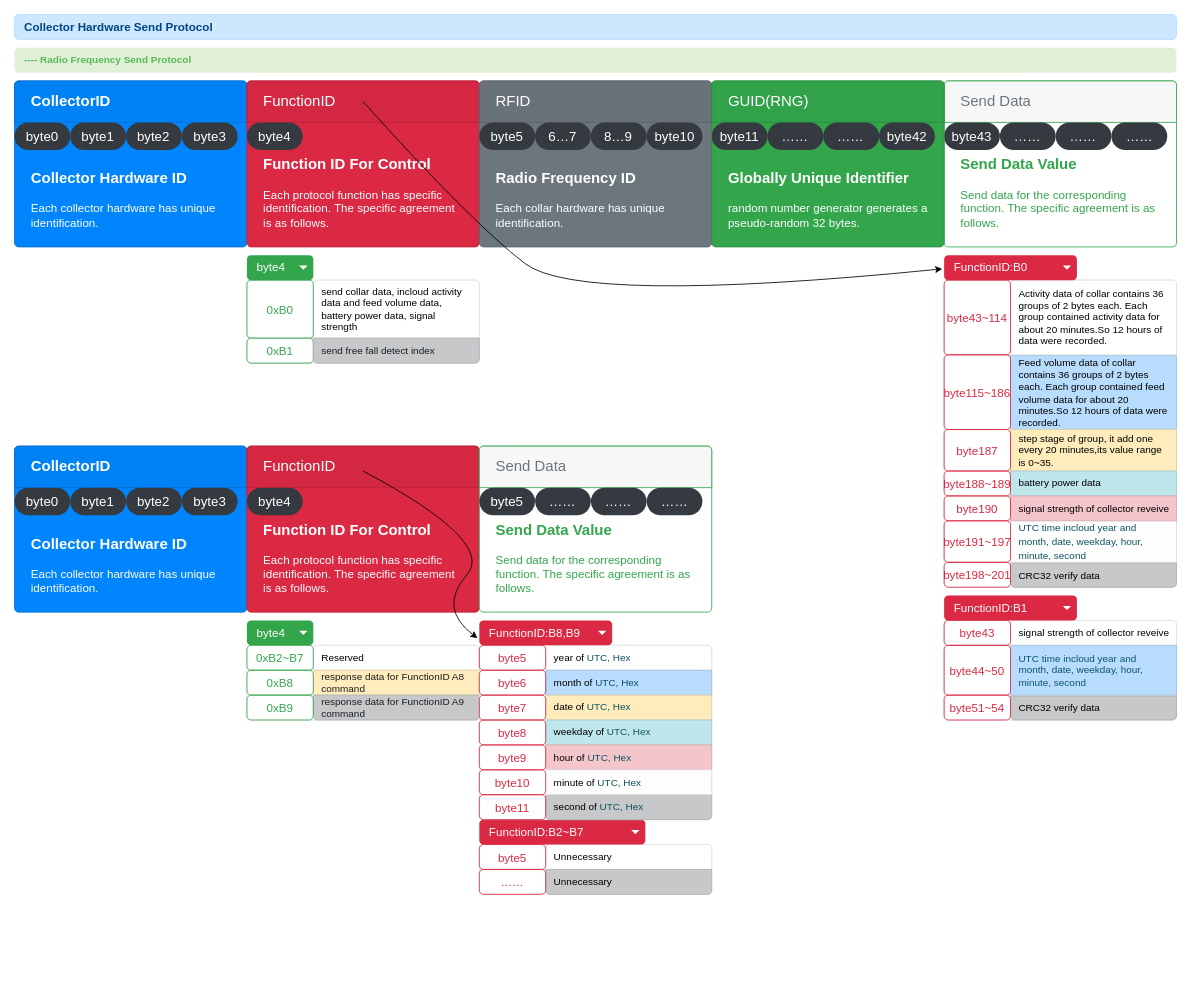
This is page "Collector Hardware Send Protocol" (2 of 5) of Doc/Hardware Protocol.drawio from phoenix9668/Collector, a draw.io file, before an edit. Source tidied: cells renumbered, new cells numbered last; positions are measured from the earlier drawing's top-left corner, leaving out a move shared by most shapes. Both pictures are drawn from the tidied source at 83%, with x=0, y=0 at pixel (14, 14).
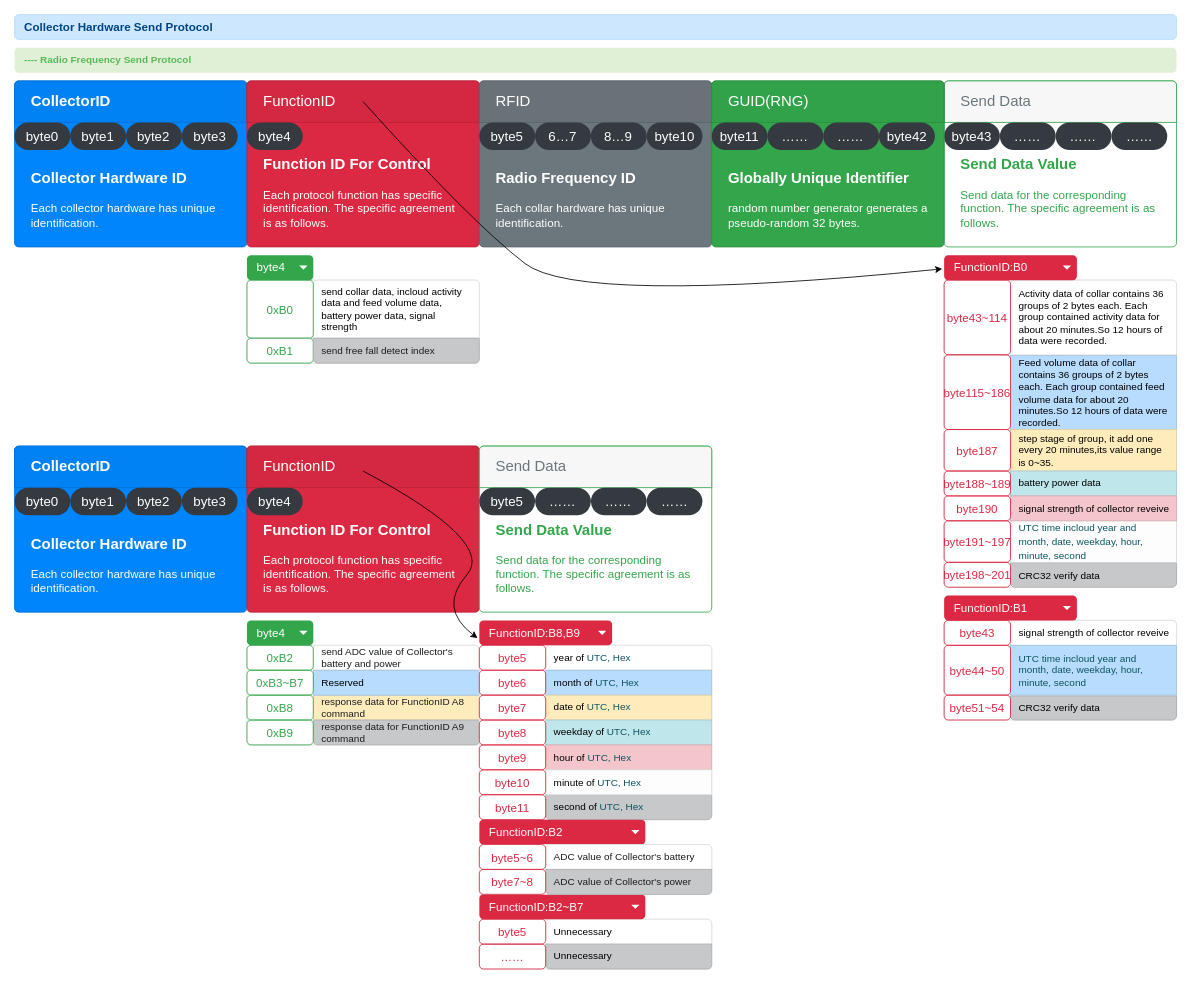
The same diagram, later.

Diff of the diagram source:
```diff
@@
     <mxCell id="2" style="html=1;shadow=0;dashed=0;shape=mxgraph.bootstrap.rrect;rSize=5;strokeColor=#DFDFDF;html=1;whiteSpace=wrap;fillColor=#FFFFFF;fontColor=#000000;" parent="1" vertex="1">
-      <mxGeometry x="280" y="760" width="280" height="90" as="geometry" />
+      <mxGeometry x="280" y="760" width="280" height="120" as="geometry" />
     </mxCell>
-    <mxCell id="3" value="Reserved" style="strokeColor=inherit;fillColor=inherit;gradientColor=inherit;fontColor=inherit;html=1;shadow=0;dashed=0;shape=mxgraph.bootstrap.topButton;rSize=5;perimeter=none;whiteSpace=wrap;align=left;spacing=10;" parent="2" vertex="1">
+    <mxCell id="3" value="&lt;span style=&quot;color: rgb(27 , 30 , 33)&quot;&gt;send ADC value of Collector's battery and power&lt;/span&gt;" style="strokeColor=inherit;fillColor=inherit;gradientColor=inherit;fontColor=inherit;html=1;shadow=0;dashed=0;shape=mxgraph.bootstrap.topButton;rSize=5;perimeter=none;whiteSpace=wrap;align=left;spacing=10;" parent="2" vertex="1">
       <mxGeometry width="200" height="30" relative="1" as="geometry">
         <mxPoint x="80" as="offset" />
       </mxGeometry>
     </mxCell>
     <mxCell id="4" value="&lt;span style=&quot;color: rgb(27 , 30 , 33)&quot;&gt;response data for FunctionID A8 command&amp;nbsp;&lt;/span&gt;" style="html=1;fillColor=#FFECBC;strokeColor=#DFCEA4;fontColor=#856110;shadow=0;dashed=0;perimeter=none;whiteSpace=wrap;align=left;spacing=10;" parent="2" vertex="1">
       <mxGeometry width="200" height="30" relative="1" as="geometry">
-        <mxPoint x="80" y="30" as="offset" />
+        <mxPoint x="80" y="60" as="offset" />
       </mxGeometry>
     </mxCell>
@@
-    <mxCell id="6" value="&lt;span style=&quot;font-size: 14px&quot;&gt;0xB2~B7&lt;/span&gt;" style="html=1;shadow=0;dashed=0;shape=mxgraph.bootstrap.rrect;rSize=5;strokeColor=#33A64C;strokeWidth=1;fillColor=none;fontColor=#33A64C;whiteSpace=wrap;align=center;verticalAlign=middle;spacingLeft=0;fontStyle=0;fontSize=16;spacing=5;" parent="2" vertex="1">
+    <mxCell id="6" value="&lt;span style=&quot;font-size: 14px&quot;&gt;0xB2&lt;/span&gt;" style="html=1;shadow=0;dashed=0;shape=mxgraph.bootstrap.rrect;rSize=5;strokeColor=#33A64C;strokeWidth=1;fillColor=none;fontColor=#33A64C;whiteSpace=wrap;align=center;verticalAlign=middle;spacingLeft=0;fontStyle=0;fontSize=16;spacing=5;" parent="2" vertex="1">
       <mxGeometry width="80" height="30" as="geometry" />
     </mxCell>
     <mxCell id="7" value="&lt;span style=&quot;font-size: 14px&quot;&gt;0xB8&lt;/span&gt;" style="html=1;shadow=0;dashed=0;shape=mxgraph.bootstrap.rrect;rSize=5;strokeColor=#33A64C;strokeWidth=1;fillColor=none;fontColor=#33A64C;whiteSpace=wrap;align=center;verticalAlign=middle;spacingLeft=0;fontStyle=0;fontSize=16;spacing=5;" parent="2" vertex="1">
-      <mxGeometry y="30" width="80" height="30" as="geometry" />
+      <mxGeometry y="60" width="80" height="30" as="geometry" />
     </mxCell>
     <mxCell id="8" value="&lt;span style=&quot;font-size: 14px&quot;&gt;0xB9&lt;/span&gt;" style="html=1;shadow=0;dashed=0;shape=mxgraph.bootstrap.rrect;rSize=5;strokeColor=#33A64C;strokeWidth=1;fillColor=none;fontColor=#33A64C;whiteSpace=wrap;align=center;verticalAlign=middle;spacingLeft=0;fontStyle=0;fontSize=16;spacing=5;" parent="2" vertex="1">
-      <mxGeometry y="60" width="80" height="30" as="geometry" />
+      <mxGeometry y="90" width="80" height="30" as="geometry" />
     </mxCell>
+    <mxCell id="115" value="&lt;span style=&quot;color: rgb(0 , 0 , 0)&quot;&gt;Reserved&lt;/span&gt;" style="html=1;fillColor=#B8DCFE;strokeColor=#A1C0DE;fontColor=#004583;shadow=0;dashed=0;perimeter=none;whiteSpace=wrap;align=left;spacing=10;" parent="2" vertex="1">
+      <mxGeometry x="80" y="30" width="200" height="30" as="geometry" />
+    </mxCell>
+    <mxCell id="116" value="&lt;span style=&quot;font-size: 14px&quot;&gt;0xB3~B7&lt;/span&gt;" style="html=1;shadow=0;dashed=0;shape=mxgraph.bootstrap.rrect;rSize=5;strokeColor=#33A64C;strokeWidth=1;fillColor=none;fontColor=#33A64C;whiteSpace=wrap;align=center;verticalAlign=middle;spacingLeft=0;fontStyle=0;fontSize=16;spacing=5;" parent="2" vertex="1">
+      <mxGeometry y="30" width="80" height="30" as="geometry" />
+    </mxCell>
@@
     <mxCell id="56" style="html=1;shadow=0;dashed=0;shape=mxgraph.bootstrap.rrect;rSize=5;strokeColor=#DFDFDF;html=1;whiteSpace=wrap;fillColor=#FFFFFF;fontColor=#000000;" parent="1" vertex="1">
-      <mxGeometry x="560" y="1000" width="280" height="60" as="geometry" />
+      <mxGeometry x="560" y="1090" width="280" height="60" as="geometry" />
     </mxCell>
@@
     <mxCell id="61" value="FunctionID:B2~B7" style="html=1;shadow=0;dashed=0;shape=mxgraph.bootstrap.rrect;rSize=5;strokeColor=none;strokeWidth=1;fillColor=#DB2843;fontColor=#ffffff;whiteSpace=wrap;align=left;verticalAlign=middle;fontStyle=0;fontSize=14;spacingLeft=10;" parent="1" vertex="1">
-      <mxGeometry x="560" y="970" width="200" height="30" as="geometry" />
+      <mxGeometry x="560" y="1060" width="200" height="30" as="geometry" />
     </mxCell>
@@
+    <mxCell id="117" value="FunctionID:B2" style="html=1;shadow=0;dashed=0;shape=mxgraph.bootstrap.rrect;rSize=5;strokeColor=none;strokeWidth=1;fillColor=#DB2843;fontColor=#ffffff;whiteSpace=wrap;align=left;verticalAlign=middle;fontStyle=0;fontSize=14;spacingLeft=10;" parent="1" vertex="1">
+      <mxGeometry x="560" y="970" width="200" height="30" as="geometry" />
+    </mxCell>
+    <mxCell id="118" style="shape=triangle;direction=south;fillColor=#ffffff;strokeColor=none;perimeter=none;" parent="117" vertex="1">
+      <mxGeometry x="1" y="0.5" width="10" height="5" relative="1" as="geometry">
+        <mxPoint x="-17" y="-2.5" as="offset" />
+      </mxGeometry>
+    </mxCell>
+    <mxCell id="119" style="html=1;shadow=0;dashed=0;shape=mxgraph.bootstrap.rrect;rSize=5;strokeColor=#DFDFDF;html=1;whiteSpace=wrap;fillColor=#FFFFFF;fontColor=#000000;" parent="1" vertex="1">
+      <mxGeometry x="560" y="1000" width="280" height="60" as="geometry" />
+    </mxCell>
+    <mxCell id="120" value="&lt;span style=&quot;color: rgb(27 , 30 , 33)&quot;&gt;ADC value of Collector's battery&lt;/span&gt;" style="strokeColor=inherit;fillColor=inherit;gradientColor=inherit;fontColor=inherit;html=1;shadow=0;dashed=0;shape=mxgraph.bootstrap.topButton;rSize=5;perimeter=none;whiteSpace=wrap;align=left;spacing=10;" parent="119" vertex="1">
+      <mxGeometry width="200" height="30" relative="1" as="geometry">
+        <mxPoint x="80" as="offset" />
+      </mxGeometry>
+    </mxCell>
+    <mxCell id="121" value="ADC value of Collector's power" style="html=1;shadow=0;dashed=0;shape=mxgraph.bootstrap.bottomButton;fillColor=#C6C8CA;strokeColor=#ADAFB1;fontColor=#1B1E21;rSize=5;perimeter=none;whiteSpace=wrap;align=left;spacing=10;" parent="119" vertex="1">
+      <mxGeometry y="1" width="200" height="30" relative="1" as="geometry">
+        <mxPoint x="80" y="-30" as="offset" />
+      </mxGeometry>
+    </mxCell>
+    <mxCell id="122" value="&lt;span style=&quot;color: rgb(219 , 40 , 67) ; font-size: 14px&quot;&gt;byte5~6&lt;/span&gt;" style="html=1;shadow=0;dashed=0;shape=mxgraph.bootstrap.rrect;rSize=5;strokeColor=#DB2843;strokeWidth=1;fillColor=none;fontColor=#33A64C;whiteSpace=wrap;align=center;verticalAlign=middle;spacingLeft=0;fontStyle=0;fontSize=16;spacing=5;" parent="119" vertex="1">
+      <mxGeometry width="80" height="30" as="geometry" />
+    </mxCell>
+    <mxCell id="123" value="&lt;span style=&quot;color: rgb(219 , 40 , 67) ; font-size: 14px&quot;&gt;byte7~8&lt;/span&gt;" style="html=1;shadow=0;dashed=0;shape=mxgraph.bootstrap.rrect;rSize=5;strokeColor=#DB2843;strokeWidth=1;fillColor=none;fontColor=#33A64C;whiteSpace=wrap;align=center;verticalAlign=middle;spacingLeft=0;fontStyle=0;fontSize=16;spacing=5;" parent="119" vertex="1">
+      <mxGeometry y="30" width="80" height="30" as="geometry" />
+    </mxCell>
```
